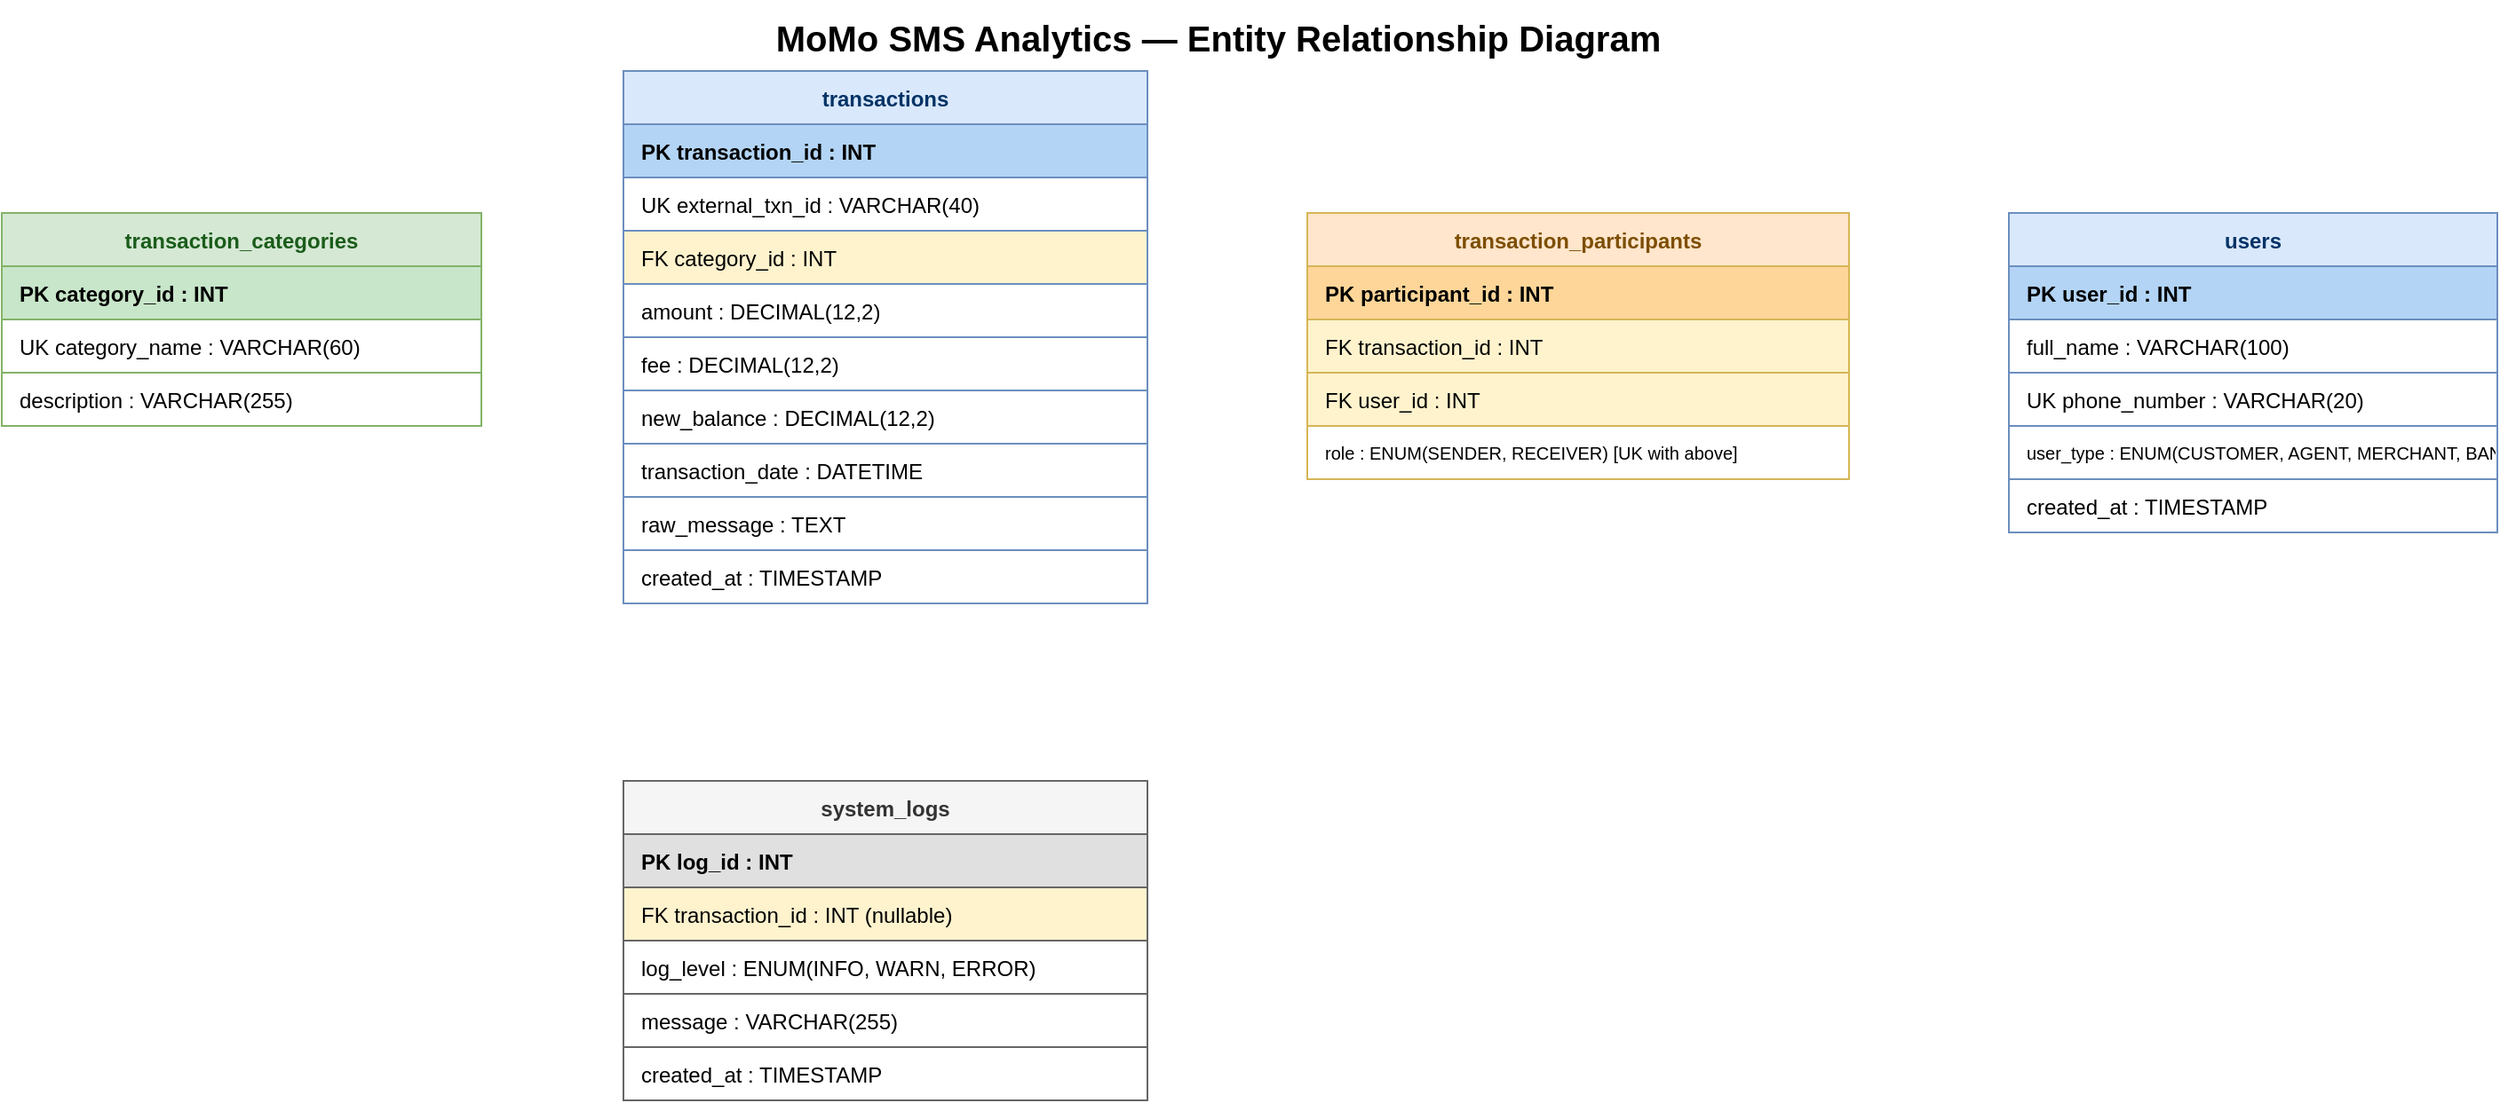
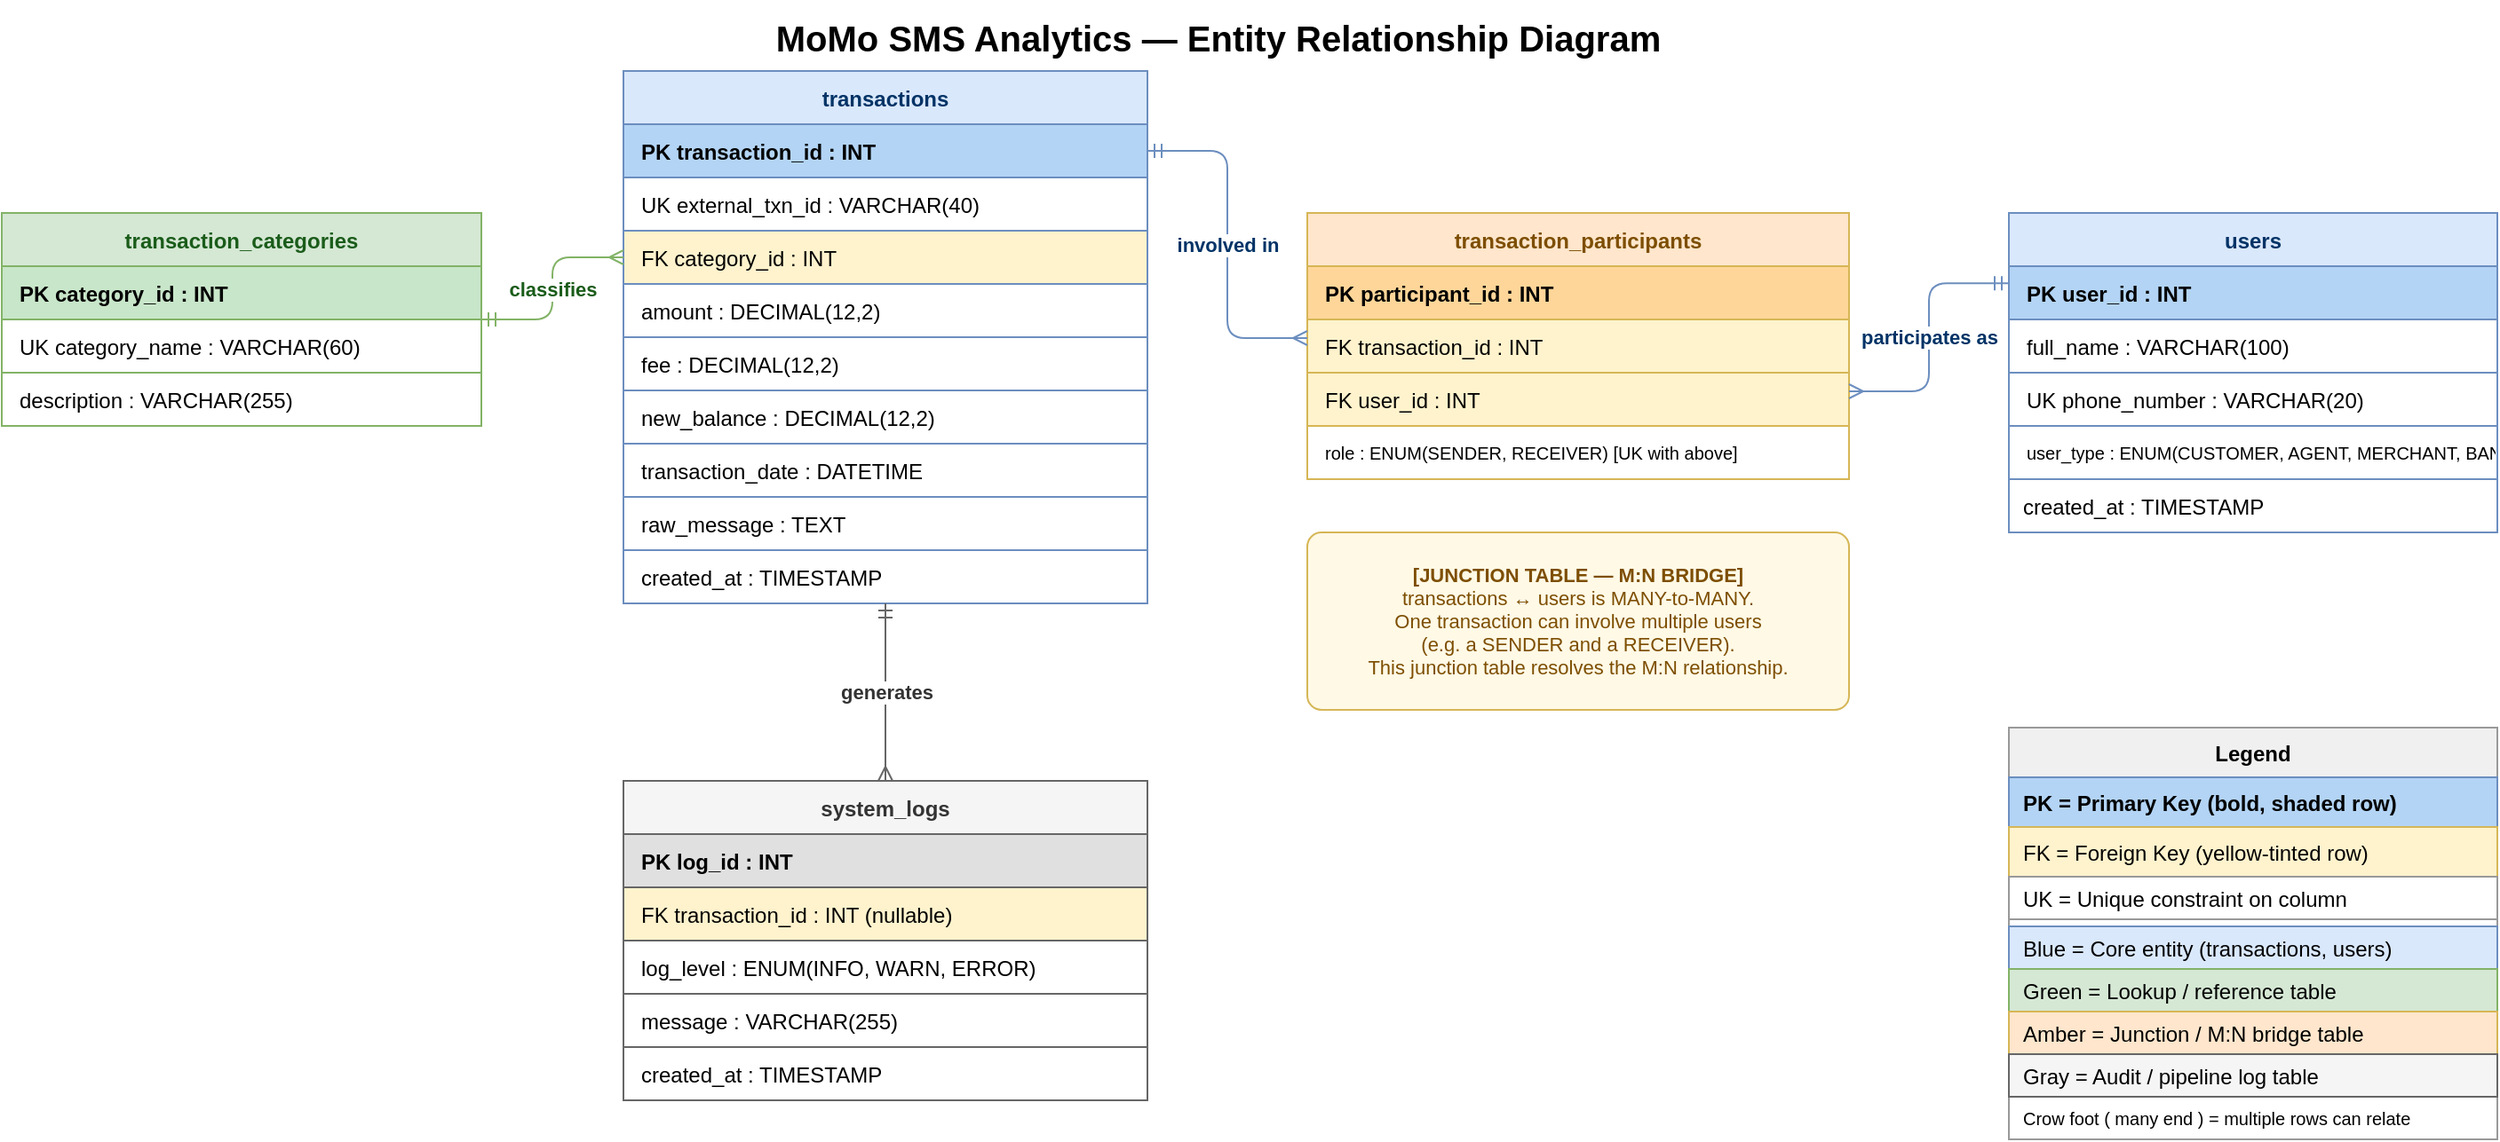
<mxfile host="app.diagrams.net" modified="2026-05-18" agent="Claude Code" version="21.0.0" type="device">
  <diagram id="erd-momo-sms" name="MoMo SMS Analytics ERD">
    <mxGraphModel dx="1500" dy="900" grid="1" gridSize="10" guides="1" tooltips="1" connect="1" arrows="1" fold="1" page="1" pageScale="1" pageWidth="1654" pageHeight="1169" math="0" shadow="0">
      <root>
        <mxCell id="0" />
        <mxCell id="1" parent="0" />
- 
-         <!-- TITLE -->
        <mxCell id="title" value="MoMo SMS Analytics — Entity Relationship Diagram"
          style="text;html=1;strokeColor=none;fillColor=none;align=center;verticalAlign=middle;whiteSpace=wrap;rounded=0;fontSize=20;fontStyle=1;"
          vertex="1" parent="1">
          <mxGeometry x="200" y="20" width="1050" height="42" as="geometry" />
        </mxCell>
- 
-         <!-- ===== TRANSACTION_CATEGORIES (soft green — lookup/reference) ===== -->
        <mxCell id="tc" value="transaction_categories"
          style="swimlane;fontStyle=1;align=center;startSize=30;container=1;collapsible=0;fillColor=#d5e8d4;strokeColor=#82b366;fontColor=#1a5c1a;fontSize=12;"
          vertex="1" parent="1">
          <mxGeometry x="40" y="140" width="270" height="120" as="geometry" />
        </mxCell>
        <mxCell id="tc1" value="PK  category_id : INT"
          style="text;strokeColor=#82b366;fillColor=#c8e6c9;align=left;verticalAlign=middle;spacingLeft=8;overflow=hidden;rotatable=0;points=[[0,0.5],[1,0.5]];portConstraint=eastwest;fontStyle=1;"
          vertex="1" parent="tc">
          <mxGeometry y="30" width="270" height="30" as="geometry" />
        </mxCell>
        <mxCell id="tc2" value="UK  category_name : VARCHAR(60)"
          style="text;strokeColor=#82b366;fillColor=none;align=left;verticalAlign=middle;spacingLeft=8;overflow=hidden;rotatable=0;points=[[0,0.5],[1,0.5]];portConstraint=eastwest;"
          vertex="1" parent="tc">
          <mxGeometry y="60" width="270" height="30" as="geometry" />
        </mxCell>
        <mxCell id="tc3" value="     description : VARCHAR(255)"
          style="text;strokeColor=#82b366;fillColor=none;align=left;verticalAlign=middle;spacingLeft=8;overflow=hidden;rotatable=0;points=[[0,0.5],[1,0.5]];portConstraint=eastwest;"
          vertex="1" parent="tc">
          <mxGeometry y="90" width="270" height="30" as="geometry" />
        </mxCell>
- 
-         <!-- ===== TRANSACTIONS (soft blue — core hub entity) ===== -->
        <mxCell id="tx" value="transactions"
          style="swimlane;fontStyle=1;align=center;startSize=30;container=1;collapsible=0;fillColor=#dae8fc;strokeColor=#6c8ebf;fontColor=#003366;fontSize=12;"
          vertex="1" parent="1">
          <mxGeometry x="390" y="60" width="295" height="300" as="geometry" />
        </mxCell>
        <mxCell id="tx1" value="PK  transaction_id : INT"
          style="text;strokeColor=#6c8ebf;fillColor=#b3d4f5;align=left;verticalAlign=middle;spacingLeft=8;overflow=hidden;rotatable=0;points=[[0,0.5],[1,0.5]];portConstraint=eastwest;fontStyle=1;"
          vertex="1" parent="tx">
          <mxGeometry y="30" width="295" height="30" as="geometry" />
        </mxCell>
        <mxCell id="tx2" value="UK  external_txn_id : VARCHAR(40)"
          style="text;strokeColor=#6c8ebf;fillColor=none;align=left;verticalAlign=middle;spacingLeft=8;overflow=hidden;rotatable=0;points=[[0,0.5],[1,0.5]];portConstraint=eastwest;"
          vertex="1" parent="tx">
          <mxGeometry y="60" width="295" height="30" as="geometry" />
        </mxCell>
        <mxCell id="tx3" value="FK  category_id : INT"
          style="text;strokeColor=#6c8ebf;fillColor=#fff3cd;align=left;verticalAlign=middle;spacingLeft=8;overflow=hidden;rotatable=0;points=[[0,0.5],[1,0.5]];portConstraint=eastwest;"
          vertex="1" parent="tx">
          <mxGeometry y="90" width="295" height="30" as="geometry" />
        </mxCell>
        <mxCell id="tx4" value="     amount : DECIMAL(12,2)"
          style="text;strokeColor=#6c8ebf;fillColor=none;align=left;verticalAlign=middle;spacingLeft=8;overflow=hidden;rotatable=0;points=[[0,0.5],[1,0.5]];portConstraint=eastwest;"
          vertex="1" parent="tx">
          <mxGeometry y="120" width="295" height="30" as="geometry" />
        </mxCell>
        <mxCell id="tx5" value="     fee : DECIMAL(12,2)"
          style="text;strokeColor=#6c8ebf;fillColor=none;align=left;verticalAlign=middle;spacingLeft=8;overflow=hidden;rotatable=0;points=[[0,0.5],[1,0.5]];portConstraint=eastwest;"
          vertex="1" parent="tx">
          <mxGeometry y="150" width="295" height="30" as="geometry" />
        </mxCell>
        <mxCell id="tx6" value="     new_balance : DECIMAL(12,2)"
          style="text;strokeColor=#6c8ebf;fillColor=none;align=left;verticalAlign=middle;spacingLeft=8;overflow=hidden;rotatable=0;points=[[0,0.5],[1,0.5]];portConstraint=eastwest;"
          vertex="1" parent="tx">
          <mxGeometry y="180" width="295" height="30" as="geometry" />
        </mxCell>
        <mxCell id="tx7" value="     transaction_date : DATETIME"
          style="text;strokeColor=#6c8ebf;fillColor=none;align=left;verticalAlign=middle;spacingLeft=8;overflow=hidden;rotatable=0;points=[[0,0.5],[1,0.5]];portConstraint=eastwest;"
          vertex="1" parent="tx">
          <mxGeometry y="210" width="295" height="30" as="geometry" />
        </mxCell>
        <mxCell id="tx8" value="     raw_message : TEXT"
          style="text;strokeColor=#6c8ebf;fillColor=none;align=left;verticalAlign=middle;spacingLeft=8;overflow=hidden;rotatable=0;points=[[0,0.5],[1,0.5]];portConstraint=eastwest;"
          vertex="1" parent="tx">
          <mxGeometry y="240" width="295" height="30" as="geometry" />
        </mxCell>
        <mxCell id="tx9" value="     created_at : TIMESTAMP"
          style="text;strokeColor=#6c8ebf;fillColor=none;align=left;verticalAlign=middle;spacingLeft=8;overflow=hidden;rotatable=0;points=[[0,0.5],[1,0.5]];portConstraint=eastwest;"
          vertex="1" parent="tx">
          <mxGeometry y="270" width="295" height="30" as="geometry" />
        </mxCell>
- 
-         <!-- ===== TRANSACTION_PARTICIPANTS (amber/orange — junction table) ===== -->
        <mxCell id="tp" value="transaction_participants"
          style="swimlane;fontStyle=1;align=center;startSize=30;container=1;collapsible=0;fillColor=#ffe6cc;strokeColor=#d6b656;fontColor=#7d4e00;fontSize=12;"
          vertex="1" parent="1">
          <mxGeometry x="775" y="140" width="305" height="150" as="geometry" />
        </mxCell>
        <mxCell id="tp1" value="PK  participant_id : INT"
          style="text;strokeColor=#d6b656;fillColor=#ffd699;align=left;verticalAlign=middle;spacingLeft=8;overflow=hidden;rotatable=0;points=[[0,0.5],[1,0.5]];portConstraint=eastwest;fontStyle=1;"
          vertex="1" parent="tp">
          <mxGeometry y="30" width="305" height="30" as="geometry" />
        </mxCell>
        <mxCell id="tp2" value="FK  transaction_id : INT"
          style="text;strokeColor=#d6b656;fillColor=#fff3cd;align=left;verticalAlign=middle;spacingLeft=8;overflow=hidden;rotatable=0;points=[[0,0.5],[1,0.5]];portConstraint=eastwest;"
          vertex="1" parent="tp">
          <mxGeometry y="60" width="305" height="30" as="geometry" />
        </mxCell>
        <mxCell id="tp3" value="FK  user_id : INT"
          style="text;strokeColor=#d6b656;fillColor=#fff3cd;align=left;verticalAlign=middle;spacingLeft=8;overflow=hidden;rotatable=0;points=[[0,0.5],[1,0.5]];portConstraint=eastwest;"
          vertex="1" parent="tp">
          <mxGeometry y="90" width="305" height="30" as="geometry" />
        </mxCell>
        <mxCell id="tp4" value="     role : ENUM(SENDER, RECEIVER)  [UK with above]"
          style="text;strokeColor=#d6b656;fillColor=none;align=left;verticalAlign=middle;spacingLeft=8;overflow=hidden;rotatable=0;points=[[0,0.5],[1,0.5]];portConstraint=eastwest;fontSize=10;"
          vertex="1" parent="tp">
          <mxGeometry y="120" width="305" height="30" as="geometry" />
        </mxCell>
- 
-         <!-- ===== USERS (soft blue — core entity) ===== -->
        <mxCell id="u" value="users"
          style="swimlane;fontStyle=1;align=center;startSize=30;container=1;collapsible=0;fillColor=#dae8fc;strokeColor=#6c8ebf;fontColor=#003366;fontSize=12;"
          vertex="1" parent="1">
          <mxGeometry x="1170" y="140" width="275" height="180" as="geometry" />
        </mxCell>
        <mxCell id="u1" value="PK  user_id : INT"
          style="text;strokeColor=#6c8ebf;fillColor=#b3d4f5;align=left;verticalAlign=middle;spacingLeft=8;overflow=hidden;rotatable=0;points=[[0,0.5],[1,0.5]];portConstraint=eastwest;fontStyle=1;"
          vertex="1" parent="u">
          <mxGeometry y="30" width="275" height="30" as="geometry" />
        </mxCell>
        <mxCell id="u2" value="     full_name : VARCHAR(100)"
          style="text;strokeColor=#6c8ebf;fillColor=none;align=left;verticalAlign=middle;spacingLeft=8;overflow=hidden;rotatable=0;points=[[0,0.5],[1,0.5]];portConstraint=eastwest;"
          vertex="1" parent="u">
          <mxGeometry y="60" width="275" height="30" as="geometry" />
        </mxCell>
        <mxCell id="u3" value="UK  phone_number : VARCHAR(20)"
          style="text;strokeColor=#6c8ebf;fillColor=none;align=left;verticalAlign=middle;spacingLeft=8;overflow=hidden;rotatable=0;points=[[0,0.5],[1,0.5]];portConstraint=eastwest;"
          vertex="1" parent="u">
          <mxGeometry y="90" width="275" height="30" as="geometry" />
        </mxCell>
        <mxCell id="u4" value="     user_type : ENUM(CUSTOMER, AGENT, MERCHANT, BANK, SYSTEM)"
          style="text;strokeColor=#6c8ebf;fillColor=none;align=left;verticalAlign=middle;spacingLeft=8;overflow=hidden;rotatable=0;points=[[0,0.5],[1,0.5]];portConstraint=eastwest;fontSize=10;"
          vertex="1" parent="u">
          <mxGeometry y="120" width="275" height="30" as="geometry" />
        </mxCell>
        <mxCell id="u5" value="     created_at : TIMESTAMP"
-           style="text;strokeColor=#6c8ebf;fillColor=none;align=left;verticalAlign=middle;spacingLeft=8;overflow=hidden;rotatable=0;points=[[0,0.5],[1,0.5]];portConstraint=eastwest;"
+           style="text;strokeColor=#6c8ebf;fillColor=none;align=left;verticalAlign=middle;spacingLeft=6;overflow=hidden;rotatable=0;points=[[0,0.5],[1,0.5]];portConstraint=eastwest;"
          vertex="1" parent="u">
          <mxGeometry y="150" width="275" height="30" as="geometry" />
        </mxCell>
- 
-         <!-- ===== SYSTEM_LOGS (soft gray — audit/pipeline table) ===== -->
        <mxCell id="sl" value="system_logs"
          style="swimlane;fontStyle=1;align=center;startSize=30;container=1;collapsible=0;fillColor=#f5f5f5;strokeColor=#666666;fontColor=#333333;fontSize=12;"
          vertex="1" parent="1">
          <mxGeometry x="390" y="460" width="295" height="180" as="geometry" />
        </mxCell>
        <mxCell id="sl1" value="PK  log_id : INT"
          style="text;strokeColor=#666666;fillColor=#e0e0e0;align=left;verticalAlign=middle;spacingLeft=8;overflow=hidden;rotatable=0;points=[[0,0.5],[1,0.5]];portConstraint=eastwest;fontStyle=1;"
          vertex="1" parent="sl">
          <mxGeometry y="30" width="295" height="30" as="geometry" />
        </mxCell>
        <mxCell id="sl2" value="FK  transaction_id : INT  (nullable)"
          style="text;strokeColor=#666666;fillColor=#fff3cd;align=left;verticalAlign=middle;spacingLeft=8;overflow=hidden;rotatable=0;points=[[0,0.5],[1,0.5]];portConstraint=eastwest;"
          vertex="1" parent="sl">
          <mxGeometry y="60" width="295" height="30" as="geometry" />
        </mxCell>
        <mxCell id="sl3" value="     log_level : ENUM(INFO, WARN, ERROR)"
          style="text;strokeColor=#666666;fillColor=none;align=left;verticalAlign=middle;spacingLeft=8;overflow=hidden;rotatable=0;points=[[0,0.5],[1,0.5]];portConstraint=eastwest;"
          vertex="1" parent="sl">
          <mxGeometry y="90" width="295" height="30" as="geometry" />
        </mxCell>
        <mxCell id="sl4" value="     message : VARCHAR(255)"
          style="text;strokeColor=#666666;fillColor=none;align=left;verticalAlign=middle;spacingLeft=8;overflow=hidden;rotatable=0;points=[[0,0.5],[1,0.5]];portConstraint=eastwest;"
          vertex="1" parent="sl">
          <mxGeometry y="120" width="295" height="30" as="geometry" />
        </mxCell>
        <mxCell id="sl5" value="     created_at : TIMESTAMP"
          style="text;strokeColor=#666666;fillColor=none;align=left;verticalAlign=middle;spacingLeft=8;overflow=hidden;rotatable=0;points=[[0,0.5],[1,0.5]];portConstraint=eastwest;"
          vertex="1" parent="sl">
          <mxGeometry y="150" width="295" height="30" as="geometry" />
        </mxCell>
- 
-         <!-- ===== RELATIONSHIPS (crow's foot notation) ===== -->
- 
-         <!-- 1. transaction_categories (1) --classifies--> transactions (N) -->
        <mxCell id="e1" value="classifies"
          style="edgeStyle=orthogonalEdgeStyle;html=1;exitX=1;exitY=0.5;exitDx=0;exitDy=0;entryX=0;entryY=0.35;entryDx=0;entryDy=0;startArrow=ERmandOne;startFill=0;endArrow=ERmany;endFill=0;strokeColor=#82b366;fontSize=11;fontColor=#1a5c1a;labelBackgroundColor=#ffffff;fontStyle=1;"
          edge="1" source="tc" target="tx" parent="1">
          <mxGeometry relative="1" as="geometry" />
        </mxCell>
- 
-         <!-- 2. transactions (1) --involved in--> transaction_participants (N) -->
        <mxCell id="e2" value="involved in"
          style="edgeStyle=orthogonalEdgeStyle;html=1;exitX=1;exitY=0.15;exitDx=0;exitDy=0;entryX=0;entryY=0.47;entryDx=0;entryDy=0;startArrow=ERmandOne;startFill=0;endArrow=ERmany;endFill=0;strokeColor=#6c8ebf;fontSize=11;fontColor=#003366;labelBackgroundColor=#ffffff;fontStyle=1;"
          edge="1" source="tx" target="tp" parent="1">
          <mxGeometry relative="1" as="geometry" />
        </mxCell>
- 
-         <!-- 3. users (1) --participates as--> transaction_participants (N) -->
        <mxCell id="e3" value="participates as"
          style="edgeStyle=orthogonalEdgeStyle;html=1;exitX=0;exitY=0.22;exitDx=0;exitDy=0;entryX=1;entryY=0.67;entryDx=0;entryDy=0;startArrow=ERmandOne;startFill=0;endArrow=ERmany;endFill=0;strokeColor=#6c8ebf;fontSize=11;fontColor=#003366;labelBackgroundColor=#ffffff;fontStyle=1;"
          edge="1" source="u" target="tp" parent="1">
          <mxGeometry relative="1" as="geometry" />
        </mxCell>
- 
-         <!-- 4. transactions (1) --generates--> system_logs (N) -->
        <mxCell id="e4" value="generates"
          style="edgeStyle=orthogonalEdgeStyle;html=1;exitX=0.5;exitY=1;exitDx=0;exitDy=0;entryX=0.5;entryY=0;entryDx=0;entryDy=0;startArrow=ERmandOne;startFill=0;endArrow=ERmany;endFill=0;strokeColor=#666666;fontSize=11;fontColor=#333333;labelBackgroundColor=#ffffff;fontStyle=1;"
          edge="1" source="tx" target="sl" parent="1">
          <mxGeometry relative="1" as="geometry" />
        </mxCell>
- 
-         <!-- ===== M:N ANNOTATION (prominently placed below junction table) ===== -->
        <mxCell id="ann" value="&lt;b&gt;[JUNCTION TABLE — M:N BRIDGE]&lt;/b&gt;&lt;br&gt;transactions &#8596; users is MANY-to-MANY.&lt;br&gt;One transaction can involve multiple users&lt;br&gt;(e.g. a SENDER and a RECEIVER).&lt;br&gt;This junction table resolves the M:N relationship."
          style="text;html=1;strokeColor=#d6b656;fillColor=#fff9e6;align=center;verticalAlign=middle;whiteSpace=wrap;rounded=1;arcSize=8;fontSize=11;fontColor=#7d4e00;"
          vertex="1" parent="1">
          <mxGeometry x="775" y="320" width="305" height="100" as="geometry" />
        </mxCell>
- 
-         <!-- ===== LEGEND ===== -->
        <mxCell id="leg" value="Legend"
          style="swimlane;fontStyle=1;align=center;startSize=28;container=1;collapsible=0;fillColor=#f0f0f0;strokeColor=#999999;fontSize=12;"
          vertex="1" parent="1">
          <mxGeometry x="1170" y="430" width="275" height="232" as="geometry" />
        </mxCell>
        <mxCell id="leg1" value="PK = Primary Key (bold, shaded row)"
          style="text;strokeColor=#6c8ebf;fillColor=#b3d4f5;align=left;verticalAlign=middle;spacingLeft=6;overflow=hidden;fontStyle=1;"
          vertex="1" parent="leg">
          <mxGeometry y="28" width="275" height="28" as="geometry" />
        </mxCell>
        <mxCell id="leg2" value="FK = Foreign Key (yellow-tinted row)"
          style="text;strokeColor=#d6b656;fillColor=#fff3cd;align=left;verticalAlign=middle;spacingLeft=6;overflow=hidden;"
          vertex="1" parent="leg">
          <mxGeometry y="56" width="275" height="28" as="geometry" />
        </mxCell>
        <mxCell id="leg3" value="UK = Unique constraint on column"
          style="text;strokeColor=#999999;fillColor=none;align=left;verticalAlign=middle;spacingLeft=6;overflow=hidden;"
          vertex="1" parent="leg">
          <mxGeometry y="84" width="275" height="24" as="geometry" />
        </mxCell>
        <mxCell id="leg4" value="Blue = Core entity (transactions, users)"
          style="text;strokeColor=#6c8ebf;fillColor=#dae8fc;align=left;verticalAlign=middle;spacingLeft=6;overflow=hidden;"
          vertex="1" parent="leg">
          <mxGeometry y="112" width="275" height="24" as="geometry" />
        </mxCell>
        <mxCell id="leg5" value="Green = Lookup / reference table"
          style="text;strokeColor=#82b366;fillColor=#d5e8d4;align=left;verticalAlign=middle;spacingLeft=6;overflow=hidden;"
          vertex="1" parent="leg">
          <mxGeometry y="136" width="275" height="24" as="geometry" />
        </mxCell>
        <mxCell id="leg6" value="Amber = Junction / M:N bridge table"
          style="text;strokeColor=#d6b656;fillColor=#ffe6cc;align=left;verticalAlign=middle;spacingLeft=6;overflow=hidden;"
          vertex="1" parent="leg">
          <mxGeometry y="160" width="275" height="24" as="geometry" />
        </mxCell>
        <mxCell id="leg7" value="Gray = Audit / pipeline log table"
          style="text;strokeColor=#666666;fillColor=#f5f5f5;align=left;verticalAlign=middle;spacingLeft=6;overflow=hidden;"
          vertex="1" parent="leg">
          <mxGeometry y="184" width="275" height="24" as="geometry" />
        </mxCell>
-         <mxCell id="leg8" value="Crow foot ( ≻— ) = &quot;many&quot; end of a relationship"
+         <mxCell id="leg8" value="Crow foot ( many end ) = multiple rows can relate"
          style="text;strokeColor=none;fillColor=none;align=left;verticalAlign=middle;spacingLeft=6;overflow=hidden;fontSize=10;"
          vertex="1" parent="leg">
          <mxGeometry y="208" width="275" height="24" as="geometry" />
        </mxCell>
- 
      </root>
    </mxGraphModel>
  </diagram>
</mxfile>
